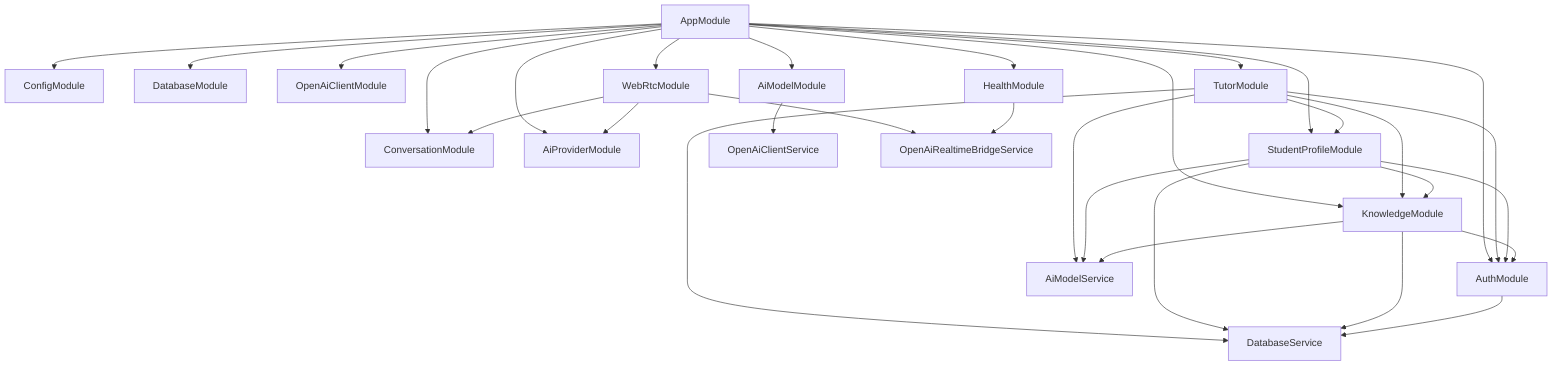
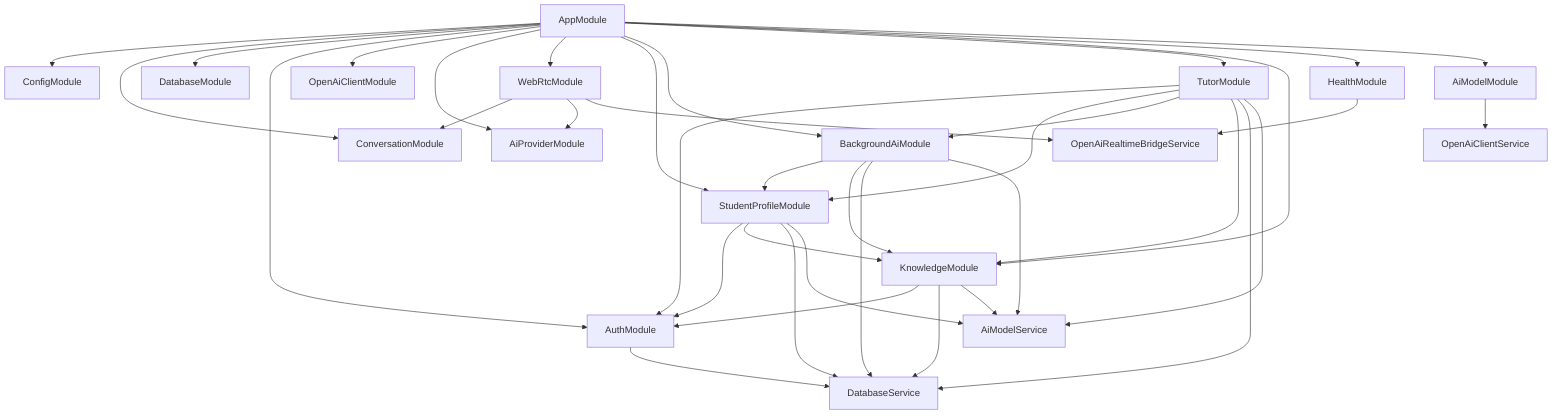
flowchart TB
  AppModule[AppModule] --> Config[ConfigModule]
  AppModule --> Conversation[ConversationModule]
  AppModule --> Database[DatabaseModule]
  AppModule --> Auth[AuthModule]
  AppModule --> OpenAI[OpenAiClientModule]
  AppModule --> Providers[AiProviderModule]
  AppModule --> WebRTC[WebRtcModule]
  AppModule --> StudentProfile[StudentProfileModule]
+   AppModule --> BackgroundAI[BackgroundAiModule]
  AppModule --> Tutor[TutorModule]
  AppModule --> Knowledge[KnowledgeModule]
  AppModule --> Health[HealthModule]
  AppModule --> ModelProvider[AiModelModule]

  Tutor --> Auth
  Tutor --> StudentProfile
+   Tutor --> BackgroundAI
  Tutor --> Knowledge
  Tutor --> DatabaseService[DatabaseService]
  Tutor --> ModelService[AiModelService]
+ 
+   BackgroundAI --> StudentProfile
+   BackgroundAI --> Knowledge
+   BackgroundAI --> DatabaseService
+   BackgroundAI --> ModelService

  StudentProfile --> Auth
  StudentProfile --> Knowledge
  StudentProfile --> DatabaseService
  StudentProfile --> ModelService

  Knowledge --> Auth
  Knowledge --> DatabaseService
  Knowledge --> ModelService

  ModelProvider --> OpenAIClient[OpenAiClientService]

  WebRTC --> Conversation
  WebRTC --> Providers
  WebRTC --> OpenAIRealtimeBridge[OpenAiRealtimeBridgeService]

  Health --> OpenAIRealtimeBridge
  Auth --> DatabaseService
